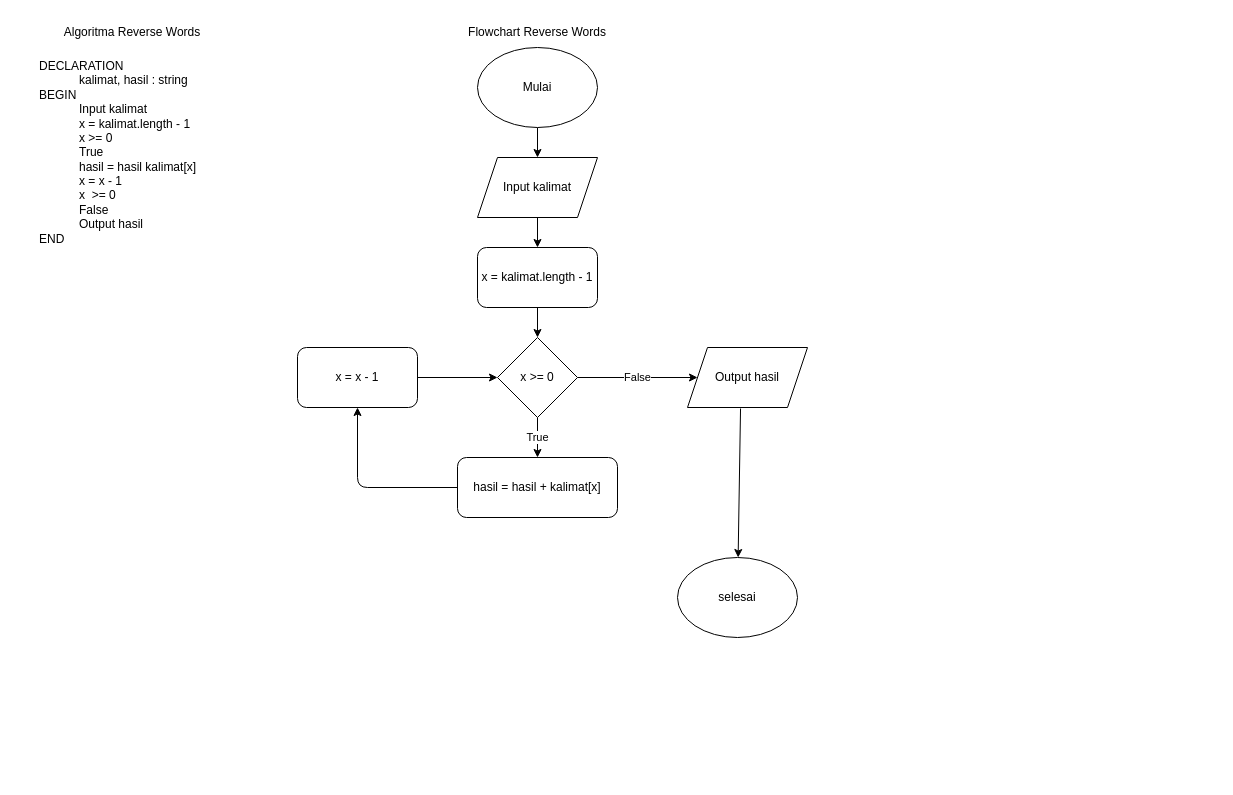
Above: page "Reverse Word" (1 of 2) of tugas6.drawio in wisnu318/fwg17-computer-science (draw.io), before the change. Source tidied: cells renumbered, new cells numbered last; positions are measured from the earlier drawing's top-left corner, leaving out a move shared by most shapes. Both pictures are drawn from the tidied source at 100%, with x=0, y=0 at pixel (37, 17).
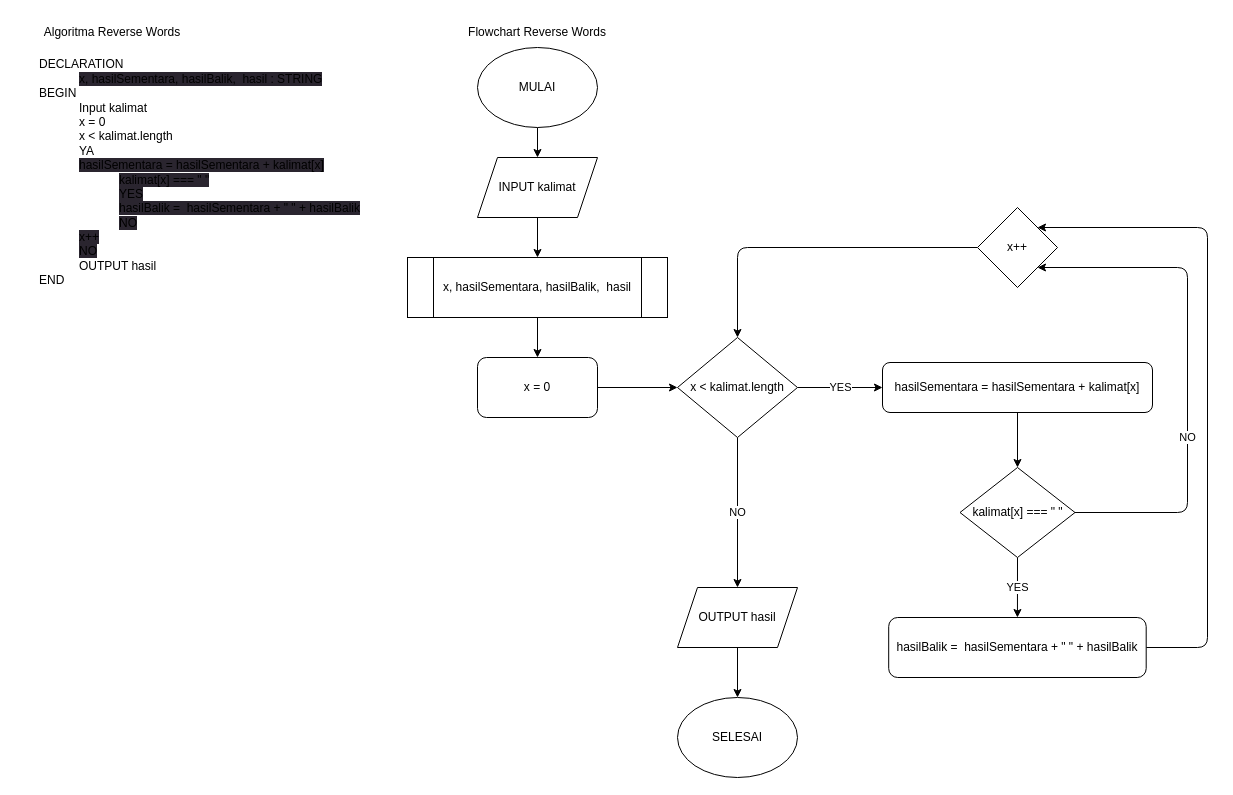
After the change.

Change to the diagram source:
```diff
@@
     <mxCell id="2" value="Algoritma Reverse Words" style="text;html=1;strokeColor=none;fillColor=none;align=center;verticalAlign=middle;whiteSpace=wrap;rounded=0;" parent="1" vertex="1">
-      <mxGeometry width="190" height="30" as="geometry" />
+      <mxGeometry x="-20" width="190" height="30" as="geometry" />
     </mxCell>
@@
-    <mxCell id="4" style="edgeStyle=none;html=1;exitX=0.5;exitY=1;exitDx=0;exitDy=0;" parent="1" edge="1" source="5" target="8">
-      <mxGeometry relative="1" as="geometry" />
-    </mxCell>
+    <mxCell id="21" style="edgeStyle=orthogonalEdgeStyle;html=1;exitX=0.5;exitY=1;exitDx=0;exitDy=0;entryX=0.5;entryY=0;entryDx=0;entryDy=0;" parent="1" edge="1" source="5" target="23">
+      <mxGeometry relative="1" as="geometry" />
+    </mxCell>
-    <mxCell id="5" value="Mulai" style="ellipse;whiteSpace=wrap;html=1;" parent="1" vertex="1">
+    <mxCell id="5" value="MULAI" style="ellipse;whiteSpace=wrap;html=1;" parent="1" vertex="1">
       <mxGeometry x="440" y="30" width="120" height="80" as="geometry" />
     </mxCell>
-    <mxCell id="6" value="selesai" style="ellipse;whiteSpace=wrap;html=1;" parent="1" vertex="1">
-      <mxGeometry x="640" y="540" width="120" height="80" as="geometry" />
-    </mxCell>
-    <mxCell id="7" style="edgeStyle=none;html=1;exitX=0.5;exitY=1;exitDx=0;exitDy=0;entryX=0.5;entryY=0;entryDx=0;entryDy=0;" parent="1" edge="1" source="8" target="13">
-      <mxGeometry relative="1" as="geometry" />
-    </mxCell>
-    <mxCell id="8" value="Input kalimat" style="shape=parallelogram;perimeter=parallelogramPerimeter;whiteSpace=wrap;html=1;fixedSize=1;" parent="1" vertex="1">
-      <mxGeometry x="440" y="140" width="120" height="60" as="geometry" />
-    </mxCell>
-    <mxCell id="9" value="True" style="edgeStyle=none;html=1;exitX=0.5;exitY=1;exitDx=0;exitDy=0;" parent="1" edge="1" source="11" target="15">
-      <mxGeometry relative="1" as="geometry" />
-    </mxCell>
-    <mxCell id="10" value="False" style="edgeStyle=none;html=1;exitX=1;exitY=0.5;exitDx=0;exitDy=0;entryX=0;entryY=0.5;entryDx=0;entryDy=0;" parent="1" edge="1" source="11" target="19">
-      <mxGeometry relative="1" as="geometry" />
-    </mxCell>
-    <mxCell id="11" value="x &amp;gt;= 0" style="rhombus;whiteSpace=wrap;html=1;" parent="1" vertex="1">
-      <mxGeometry x="460" y="320" width="80" height="80" as="geometry" />
-    </mxCell>
-    <mxCell id="12" style="edgeStyle=none;html=1;exitX=0.5;exitY=1;exitDx=0;exitDy=0;entryX=0.5;entryY=0;entryDx=0;entryDy=0;" parent="1" edge="1" source="13" target="11">
-      <mxGeometry relative="1" as="geometry" />
-    </mxCell>
-    <mxCell id="13" value="x = kalimat.length - 1" style="rounded=1;whiteSpace=wrap;html=1;" parent="1" vertex="1">
-      <mxGeometry x="440" y="230" width="120" height="60" as="geometry" />
-    </mxCell>
-    <mxCell id="14" style="edgeStyle=none;html=1;exitX=0;exitY=0.5;exitDx=0;exitDy=0;entryX=0.5;entryY=1;entryDx=0;entryDy=0;" parent="1" edge="1" source="15" target="17">
-      <mxGeometry relative="1" as="geometry">
-        <Array as="points">
-          <mxPoint x="320" y="470" />
-        </Array>
-      </mxGeometry>
-    </mxCell>
-    <mxCell id="15" value="hasil = hasil + kalimat[x]" style="rounded=1;whiteSpace=wrap;html=1;" parent="1" vertex="1">
-      <mxGeometry x="420" y="440" width="160" height="60" as="geometry" />
-    </mxCell>
-    <mxCell id="16" style="edgeStyle=none;html=1;exitX=1;exitY=0.5;exitDx=0;exitDy=0;entryX=0;entryY=0.5;entryDx=0;entryDy=0;" parent="1" edge="1" source="17" target="11">
-      <mxGeometry relative="1" as="geometry" />
-    </mxCell>
-    <mxCell id="17" value="x = x - 1" style="rounded=1;whiteSpace=wrap;html=1;" parent="1" vertex="1">
-      <mxGeometry x="260" y="330" width="120" height="60" as="geometry" />
-    </mxCell>
-    <mxCell id="18" style="edgeStyle=none;html=1;exitX=0.442;exitY=1.017;exitDx=0;exitDy=0;exitPerimeter=0;" parent="1" edge="1" source="19" target="6">
-      <mxGeometry relative="1" as="geometry" />
-    </mxCell>
-    <mxCell id="19" value="Output hasil" style="shape=parallelogram;perimeter=parallelogramPerimeter;whiteSpace=wrap;html=1;fixedSize=1;" parent="1" vertex="1">
-      <mxGeometry x="650" y="330" width="120" height="60" as="geometry" />
-    </mxCell>
-    <mxCell id="20" value="DECLARATION&lt;br&gt;&lt;blockquote style=&quot;margin: 0 0 0 40px; border: none; padding: 0px;&quot;&gt;kalimat, hasil : string&lt;/blockquote&gt;&lt;div style=&quot;&quot;&gt;BEGIN&lt;/div&gt;&lt;blockquote style=&quot;margin: 0 0 0 40px; border: none; padding: 0px;&quot;&gt;&lt;div style=&quot;&quot;&gt;Input kalimat&lt;/div&gt;&lt;div style=&quot;&quot;&gt;x = kalimat.length - 1&lt;/div&gt;&lt;div style=&quot;&quot;&gt;x &amp;gt;= 0&lt;/div&gt;&lt;div style=&quot;&quot;&gt;True&lt;/div&gt;&lt;div style=&quot;&quot;&gt;hasil = hasil kalimat[x]&lt;/div&gt;&lt;div style=&quot;&quot;&gt;x = x - 1&lt;/div&gt;&lt;div style=&quot;&quot;&gt;x&amp;nbsp; &amp;gt;= 0&lt;/div&gt;&lt;div style=&quot;&quot;&gt;False&lt;/div&gt;&lt;div style=&quot;&quot;&gt;Output hasil&lt;/div&gt;&lt;/blockquote&gt;&lt;div style=&quot;&quot;&gt;END&lt;/div&gt;" style="text;html=1;strokeColor=none;fillColor=none;align=left;verticalAlign=middle;whiteSpace=wrap;rounded=0;" parent="1" vertex="1">
-      <mxGeometry y="30" width="220" height="210" as="geometry" />
+    <mxCell id="20" value="DECLARATION&lt;br&gt;&lt;blockquote style=&quot;margin: 0 0 0 40px; border: none; padding: 0px;&quot;&gt;&lt;span style=&quot;text-align: center; background-color: rgb(42, 37, 47);&quot;&gt;x, hasilSementara, hasilBalik,&amp;nbsp; hasil : STRING&lt;/span&gt;&lt;br&gt;&lt;/blockquote&gt;&lt;div style=&quot;&quot;&gt;BEGIN&lt;/div&gt;&lt;blockquote style=&quot;margin: 0 0 0 40px; border: none; padding: 0px;&quot;&gt;&lt;div style=&quot;&quot;&gt;Input kalimat&lt;/div&gt;&lt;div style=&quot;&quot;&gt;x = 0&lt;/div&gt;&lt;div style=&quot;&quot;&gt;x &amp;lt; kalimat.length&lt;/div&gt;&lt;div style=&quot;&quot;&gt;YA&lt;/div&gt;&lt;div style=&quot;&quot;&gt;&lt;span style=&quot;background-color: rgb(42, 37, 47); text-align: center;&quot;&gt;hasilSementara = hasilSementara + kalimat[x]&lt;/span&gt;&lt;/div&gt;&lt;/blockquote&gt;&lt;blockquote style=&quot;margin: 0 0 0 40px; border: none; padding: 0px;&quot;&gt;&lt;blockquote style=&quot;margin: 0 0 0 40px; border: none; padding: 0px;&quot;&gt;&lt;span style=&quot;text-align: center; background-color: rgb(42, 37, 47);&quot;&gt;kalimat[x] === &quot; &quot;&lt;/span&gt;&lt;/blockquote&gt;&lt;blockquote style=&quot;margin: 0 0 0 40px; border: none; padding: 0px;&quot;&gt;&lt;span style=&quot;text-align: center; background-color: rgb(42, 37, 47);&quot;&gt;YES&lt;/span&gt;&lt;/blockquote&gt;&lt;blockquote style=&quot;margin: 0 0 0 40px; border: none; padding: 0px;&quot;&gt;&lt;span style=&quot;text-align: center; background-color: rgb(42, 37, 47);&quot;&gt;hasilBalik =&amp;nbsp; hasilSementara + &quot; &quot; + hasilBalik&lt;/span&gt;&lt;/blockquote&gt;&lt;blockquote style=&quot;margin: 0 0 0 40px; border: none; padding: 0px;&quot;&gt;&lt;span style=&quot;background-color: rgb(42, 37, 47); text-align: center;&quot;&gt;NO&lt;/span&gt;&lt;/blockquote&gt;&lt;/blockquote&gt;&lt;blockquote style=&quot;margin: 0 0 0 40px; border: none; padding: 0px;&quot;&gt;&lt;div style=&quot;&quot;&gt;&lt;span style=&quot;text-align: center; background-color: rgb(42, 37, 47);&quot;&gt;x++&lt;/span&gt;&lt;br&gt;&lt;/div&gt;&lt;div style=&quot;&quot;&gt;&lt;span style=&quot;text-align: center; background-color: rgb(42, 37, 47);&quot;&gt;NO&lt;/span&gt;&lt;/div&gt;&lt;div style=&quot;&quot;&gt;OUTPUT hasil&lt;/div&gt;&lt;/blockquote&gt;&lt;div style=&quot;&quot;&gt;END&lt;/div&gt;" style="text;html=1;strokeColor=none;fillColor=none;align=left;verticalAlign=middle;whiteSpace=wrap;rounded=0;" parent="1" vertex="1">
+      <mxGeometry y="50" width="350" height="210" as="geometry" />
     </mxCell>
+    <mxCell id="22" style="edgeStyle=orthogonalEdgeStyle;html=1;exitX=0.5;exitY=1;exitDx=0;exitDy=0;entryX=0.5;entryY=0;entryDx=0;entryDy=0;" parent="1" edge="1" source="23" target="25">
+      <mxGeometry relative="1" as="geometry" />
+    </mxCell>
+    <mxCell id="23" value="INPUT kalimat" style="shape=parallelogram;perimeter=parallelogramPerimeter;whiteSpace=wrap;html=1;fixedSize=1;" parent="1" vertex="1">
+      <mxGeometry x="440" y="140" width="120" height="60" as="geometry" />
+    </mxCell>
+    <mxCell id="24" style="edgeStyle=orthogonalEdgeStyle;html=1;exitX=0.5;exitY=1;exitDx=0;exitDy=0;entryX=0.5;entryY=0;entryDx=0;entryDy=0;" parent="1" edge="1" source="25" target="27">
+      <mxGeometry relative="1" as="geometry" />
+    </mxCell>
+    <mxCell id="25" value="x, hasilSementara, hasilBalik,&amp;nbsp; hasil" style="shape=process;whiteSpace=wrap;html=1;backgroundOutline=1;" parent="1" vertex="1">
+      <mxGeometry x="370" y="240" width="260" height="60" as="geometry" />
+    </mxCell>
+    <mxCell id="26" style="edgeStyle=orthogonalEdgeStyle;html=1;exitX=1;exitY=0.5;exitDx=0;exitDy=0;" parent="1" edge="1" source="27" target="30">
+      <mxGeometry relative="1" as="geometry" />
+    </mxCell>
+    <mxCell id="27" value="x = 0" style="rounded=1;whiteSpace=wrap;html=1;" parent="1" vertex="1">
+      <mxGeometry x="440" y="340" width="120" height="60" as="geometry" />
+    </mxCell>
+    <mxCell id="28" value="YES" style="edgeStyle=orthogonalEdgeStyle;html=1;exitX=1;exitY=0.5;exitDx=0;exitDy=0;entryX=0;entryY=0.5;entryDx=0;entryDy=0;" parent="1" edge="1" source="30" target="32">
+      <mxGeometry relative="1" as="geometry" />
+    </mxCell>
+    <mxCell id="29" value="NO" style="edgeStyle=orthogonalEdgeStyle;html=1;exitX=0.5;exitY=1;exitDx=0;exitDy=0;" parent="1" edge="1" source="30" target="36">
+      <mxGeometry relative="1" as="geometry" />
+    </mxCell>
+    <mxCell id="30" value="x &amp;lt; kalimat.length" style="rhombus;whiteSpace=wrap;html=1;" parent="1" vertex="1">
+      <mxGeometry x="640" y="320" width="120" height="100" as="geometry" />
+    </mxCell>
+    <mxCell id="31" style="edgeStyle=orthogonalEdgeStyle;html=1;exitX=0.5;exitY=1;exitDx=0;exitDy=0;entryX=0.5;entryY=0;entryDx=0;entryDy=0;" parent="1" edge="1" source="32" target="40">
+      <mxGeometry relative="1" as="geometry" />
+    </mxCell>
+    <mxCell id="32" value="hasilSementara = hasilSementara + kalimat[x]" style="rounded=1;whiteSpace=wrap;html=1;" parent="1" vertex="1">
+      <mxGeometry x="845" y="345" width="270" height="50" as="geometry" />
+    </mxCell>
+    <mxCell id="33" style="edgeStyle=orthogonalEdgeStyle;html=1;exitX=0;exitY=0.5;exitDx=0;exitDy=0;entryX=0.5;entryY=0;entryDx=0;entryDy=0;" parent="1" edge="1" source="34" target="30">
+      <mxGeometry relative="1" as="geometry" />
+    </mxCell>
+    <mxCell id="34" value="x++" style="rhombus;whiteSpace=wrap;html=1;" parent="1" vertex="1">
+      <mxGeometry x="940" y="190" width="80" height="80" as="geometry" />
+    </mxCell>
+    <mxCell id="35" style="edgeStyle=orthogonalEdgeStyle;html=1;exitX=0.5;exitY=1;exitDx=0;exitDy=0;entryX=0.5;entryY=0;entryDx=0;entryDy=0;" parent="1" edge="1" source="36" target="37">
+      <mxGeometry relative="1" as="geometry" />
+    </mxCell>
+    <mxCell id="36" value="OUTPUT hasil" style="shape=parallelogram;perimeter=parallelogramPerimeter;whiteSpace=wrap;html=1;fixedSize=1;" parent="1" vertex="1">
+      <mxGeometry x="640" y="570" width="120" height="60" as="geometry" />
+    </mxCell>
+    <mxCell id="37" value="SELESAI" style="ellipse;whiteSpace=wrap;html=1;" parent="1" vertex="1">
+      <mxGeometry x="640" y="680" width="120" height="80" as="geometry" />
+    </mxCell>
+    <mxCell id="38" value="NO" style="edgeStyle=orthogonalEdgeStyle;html=1;exitX=1;exitY=0.5;exitDx=0;exitDy=0;entryX=1;entryY=1;entryDx=0;entryDy=0;" parent="1" edge="1" source="40" target="34">
+      <mxGeometry x="-0.26" relative="1" as="geometry">
+        <Array as="points">
+          <mxPoint x="1150" y="495" />
+          <mxPoint x="1150" y="250" />
+        </Array>
+      </mxGeometry>
+    </mxCell>
+    <mxCell id="39" value="YES" style="edgeStyle=orthogonalEdgeStyle;html=1;exitX=0.5;exitY=1;exitDx=0;exitDy=0;entryX=0.5;entryY=0;entryDx=0;entryDy=0;" parent="1" edge="1" source="40" target="42">
+      <mxGeometry relative="1" as="geometry" />
+    </mxCell>
+    <mxCell id="40" value="kalimat[x] === &quot; &quot;" style="rhombus;whiteSpace=wrap;html=1;" parent="1" vertex="1">
+      <mxGeometry x="922.5" y="450" width="115" height="90" as="geometry" />
+    </mxCell>
+    <mxCell id="41" style="edgeStyle=orthogonalEdgeStyle;html=1;exitX=1;exitY=0.5;exitDx=0;exitDy=0;entryX=1;entryY=0;entryDx=0;entryDy=0;" parent="1" edge="1" source="42" target="34">
+      <mxGeometry relative="1" as="geometry">
+        <Array as="points">
+          <mxPoint x="1170" y="630" />
+          <mxPoint x="1170" y="210" />
+        </Array>
+      </mxGeometry>
+    </mxCell>
+    <mxCell id="42" value="hasilBalik =&amp;nbsp; hasilSementara + &quot; &quot; + hasilBalik" style="rounded=1;whiteSpace=wrap;html=1;" parent="1" vertex="1">
+      <mxGeometry x="851.2" y="600" width="257.5" height="60" as="geometry" />
+    </mxCell>
```
